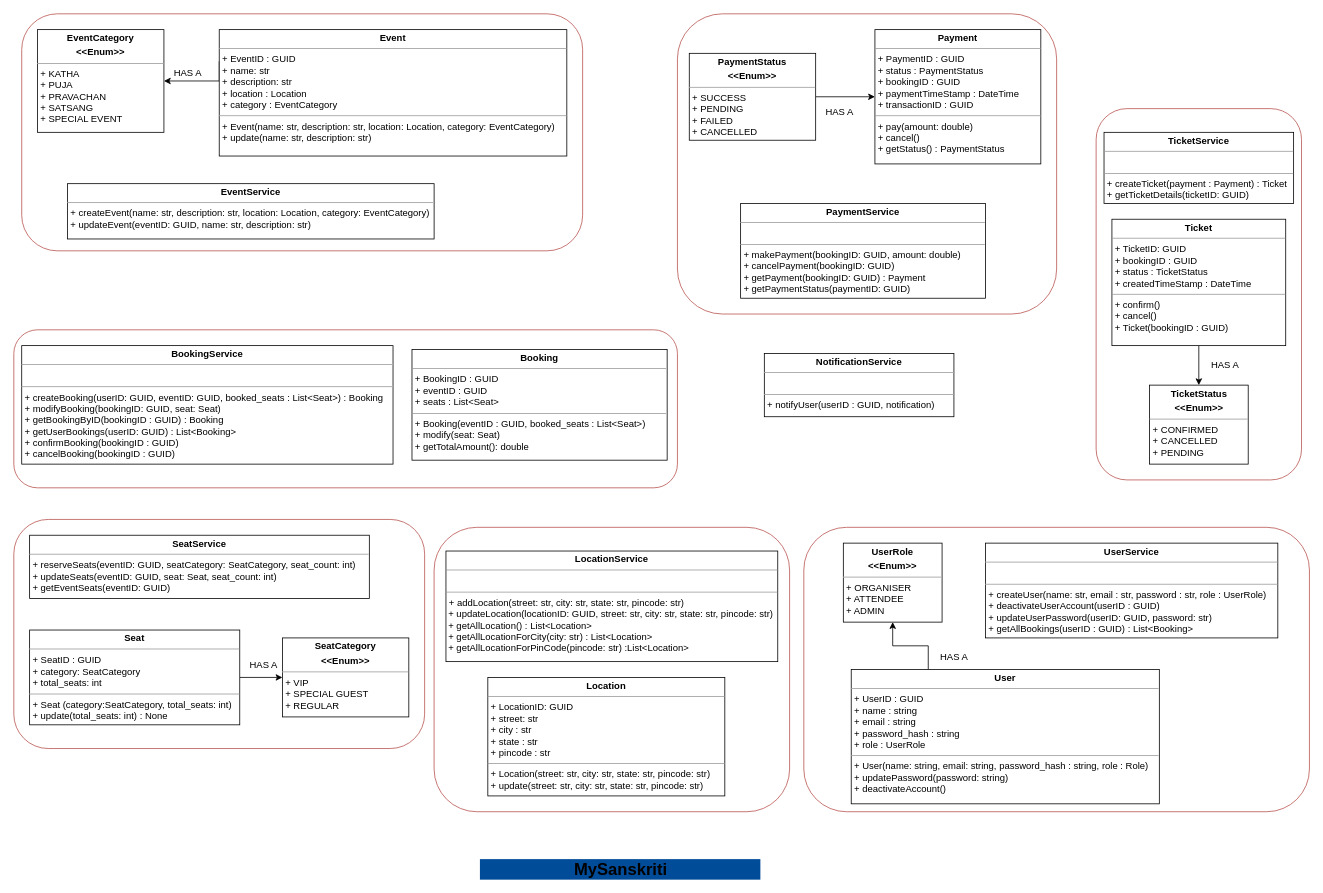
Above: Class_diagram.drawio in Sheersendu/MySanskriti (draw.io), before the change. Source tidied: cells renumbered, new cells numbered last; positions are measured from the earlier drawing's top-left corner, leaving out a move shared by most shapes. Both pictures are drawn from the tidied source at 79%, with x=0, y=0 at pixel (13, 13).
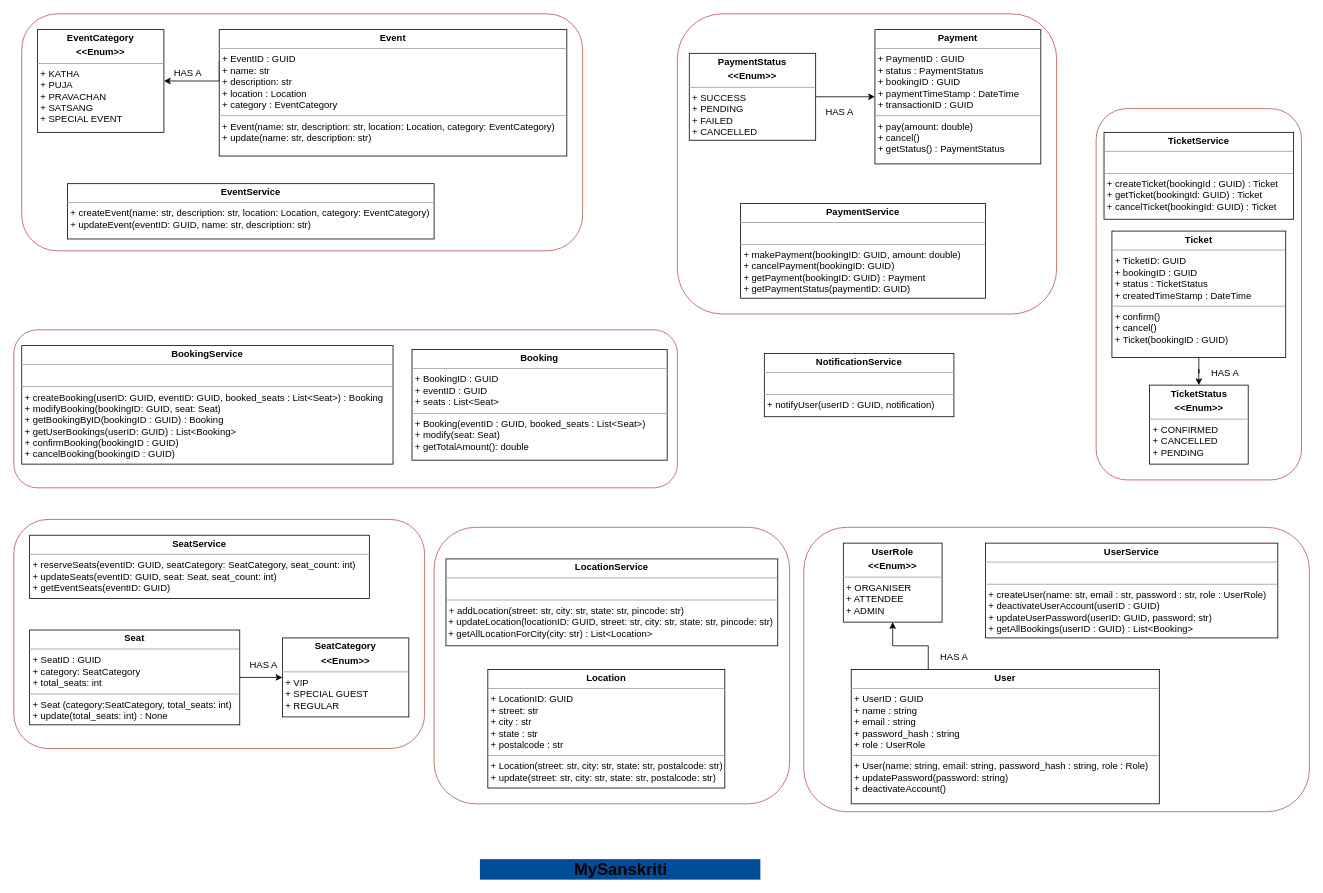
The same diagram, later.

What changed in the source:
```diff
@@
     <mxCell id="5" style="rounded=1;whiteSpace=wrap;html=1;fillColor=none;strokeColor=#b85450;" parent="1" vertex="1">
-      <mxGeometry x="532" y="650" width="450" height="360" as="geometry" />
+      <mxGeometry x="532" y="650" width="450" height="350" as="geometry" />
     </mxCell>
@@
-    <mxCell id="14" value="&lt;p style=&quot;margin:0px;margin-top:4px;text-align:center;&quot;&gt;&lt;b&gt;Location&lt;/b&gt;&lt;/p&gt;&lt;hr size=&quot;1&quot;&gt;&lt;p style=&quot;margin:0px;margin-left:4px;&quot;&gt;+ LocationID: GUID&lt;/p&gt;&lt;p style=&quot;margin:0px;margin-left:4px;&quot;&gt;+ street: str&lt;/p&gt;&lt;p style=&quot;margin:0px;margin-left:4px;&quot;&gt;+ city : str&lt;/p&gt;&lt;p style=&quot;margin:0px;margin-left:4px;&quot;&gt;+ state : str&lt;/p&gt;&lt;p style=&quot;margin:0px;margin-left:4px;&quot;&gt;+ pincode : str&lt;/p&gt;&lt;hr size=&quot;1&quot;&gt;&lt;p style=&quot;margin:0px;margin-left:4px;&quot;&gt;+ Location(street: str, city: str, state: str, pincode: str)&lt;/p&gt;&lt;p style=&quot;margin:0px;margin-left:4px;&quot;&gt;+ update(street: str, city: str, state: str, pincode: str&lt;span style=&quot;background-color: initial;&quot;&gt;)&lt;/span&gt;&lt;/p&gt;" style="verticalAlign=top;align=left;overflow=fill;fontSize=12;fontFamily=Helvetica;html=1;whiteSpace=wrap;" parent="1" vertex="1">
-      <mxGeometry x="600" y="840" width="300" height="150" as="geometry" />
+    <mxCell id="14" value="&lt;p style=&quot;margin:0px;margin-top:4px;text-align:center;&quot;&gt;&lt;b&gt;Location&lt;/b&gt;&lt;/p&gt;&lt;hr size=&quot;1&quot;&gt;&lt;p style=&quot;margin:0px;margin-left:4px;&quot;&gt;+ LocationID: GUID&lt;/p&gt;&lt;p style=&quot;margin:0px;margin-left:4px;&quot;&gt;+ street: str&lt;/p&gt;&lt;p style=&quot;margin:0px;margin-left:4px;&quot;&gt;+ city : str&lt;/p&gt;&lt;p style=&quot;margin:0px;margin-left:4px;&quot;&gt;+ state : str&lt;/p&gt;&lt;p style=&quot;margin:0px;margin-left:4px;&quot;&gt;+ postalcode : str&lt;/p&gt;&lt;hr size=&quot;1&quot;&gt;&lt;p style=&quot;margin:0px;margin-left:4px;&quot;&gt;+ Location(street: str, city: str, state: str, postalcode: str)&lt;/p&gt;&lt;p style=&quot;margin:0px;margin-left:4px;&quot;&gt;+ update(street: str, city: str, state: str, postalcode: str&lt;span style=&quot;background-color: initial;&quot;&gt;)&lt;/span&gt;&lt;/p&gt;" style="verticalAlign=top;align=left;overflow=fill;fontSize=12;fontFamily=Helvetica;html=1;whiteSpace=wrap;" parent="1" vertex="1">
+      <mxGeometry x="600" y="830" width="300" height="150" as="geometry" />
     </mxCell>
@@
-    <mxCell id="23" value="&lt;p style=&quot;margin:0px;margin-top:4px;text-align:center;&quot;&gt;&lt;b&gt;LocationService&lt;/b&gt;&lt;/p&gt;&lt;hr size=&quot;1&quot;&gt;&lt;p style=&quot;margin:0px;margin-left:4px;&quot;&gt;&lt;br&gt;&lt;/p&gt;&lt;hr size=&quot;1&quot;&gt;&lt;p style=&quot;margin:0px;margin-left:4px;&quot;&gt;+ addLocation(street: str, city: str, state: str, pincode: str)&lt;/p&gt;&amp;nbsp;+ updateLocation(locationID: GUID, street: str, city: str, state: str, pincode: str)&lt;br&gt;&amp;nbsp;+ getAllLocation() : List&amp;lt;Location&amp;gt;&lt;br&gt;&amp;nbsp;+ getAllLocationForCity(city: str) : List&amp;lt;Location&amp;gt;&lt;br&gt;&amp;nbsp;+ getAllLocationForPinCode(pincode: str) :List&amp;lt;Location&amp;gt;" style="verticalAlign=top;align=left;overflow=fill;fontSize=12;fontFamily=Helvetica;html=1;whiteSpace=wrap;" parent="1" vertex="1">
-      <mxGeometry x="547" y="680" width="420" height="140" as="geometry" />
+    <mxCell id="23" value="&lt;p style=&quot;margin:0px;margin-top:4px;text-align:center;&quot;&gt;&lt;b&gt;LocationService&lt;/b&gt;&lt;/p&gt;&lt;hr size=&quot;1&quot;&gt;&lt;p style=&quot;margin:0px;margin-left:4px;&quot;&gt;&lt;br&gt;&lt;/p&gt;&lt;hr size=&quot;1&quot;&gt;&lt;p style=&quot;margin:0px;margin-left:4px;&quot;&gt;+ addLocation(street: str, city: str, state: str, pincode: str)&lt;/p&gt;&amp;nbsp;+ updateLocation(locationID: GUID, street: str, city: str, state: str, pincode: str)&lt;br&gt;&amp;nbsp;+ getAllLocationForCity(city: str) : List&amp;lt;Location&amp;gt;" style="verticalAlign=top;align=left;overflow=fill;fontSize=12;fontFamily=Helvetica;html=1;whiteSpace=wrap;" parent="1" vertex="1">
+      <mxGeometry x="547" y="690" width="420" height="110" as="geometry" />
     </mxCell>
@@
     <mxCell id="29" value="&lt;p style=&quot;margin:0px;margin-top:4px;text-align:center;&quot;&gt;&lt;b&gt;Ticket&lt;/b&gt;&lt;/p&gt;&lt;hr size=&quot;1&quot;&gt;&lt;p style=&quot;margin:0px;margin-left:4px;&quot;&gt;+ TicketID: GUID&lt;/p&gt;&lt;p style=&quot;margin:0px;margin-left:4px;&quot;&gt;+ bookingID : GUID&lt;/p&gt;&lt;p style=&quot;margin:0px;margin-left:4px;&quot;&gt;+ status : TicketStatus&lt;/p&gt;&lt;p style=&quot;margin:0px;margin-left:4px;&quot;&gt;+ createdTimeStamp : DateTime&lt;/p&gt;&lt;hr size=&quot;1&quot;&gt;&lt;p style=&quot;margin:0px;margin-left:4px;&quot;&gt;+ confirm()&lt;/p&gt;&lt;p style=&quot;margin:0px;margin-left:4px;&quot;&gt;+ cancel()&lt;/p&gt;&lt;p style=&quot;margin:0px;margin-left:4px;&quot;&gt;+ Ticket(bookingID : GUID)&lt;/p&gt;" style="verticalAlign=top;align=left;overflow=fill;fontSize=12;fontFamily=Helvetica;html=1;whiteSpace=wrap;" parent="1" vertex="1">
-      <mxGeometry x="1390" y="260" width="220" height="160" as="geometry" />
+      <mxGeometry x="1390" y="275" width="220" height="160" as="geometry" />
     </mxCell>
@@
-    <mxCell id="33" value="&lt;p style=&quot;margin:0px;margin-top:4px;text-align:center;&quot;&gt;&lt;b&gt;TicketService&lt;/b&gt;&lt;/p&gt;&lt;hr size=&quot;1&quot;&gt;&lt;p style=&quot;margin:0px;margin-left:4px;&quot;&gt;&lt;br&gt;&lt;/p&gt;&lt;hr size=&quot;1&quot;&gt;&lt;p style=&quot;margin:0px;margin-left:4px;&quot;&gt;+ createTicket(payment : Payment) : Ticket&lt;/p&gt;&lt;p style=&quot;margin:0px;margin-left:4px;&quot;&gt;+ getTicketDetails(ticketID: GUID)&lt;/p&gt;" style="verticalAlign=top;align=left;overflow=fill;fontSize=12;fontFamily=Helvetica;html=1;whiteSpace=wrap;" parent="1" vertex="1">
-      <mxGeometry x="1380" y="150" width="240" height="90" as="geometry" />
+    <mxCell id="33" value="&lt;p style=&quot;margin:0px;margin-top:4px;text-align:center;&quot;&gt;&lt;b&gt;TicketService&lt;/b&gt;&lt;/p&gt;&lt;hr size=&quot;1&quot;&gt;&lt;p style=&quot;margin:0px;margin-left:4px;&quot;&gt;&lt;br&gt;&lt;/p&gt;&lt;hr size=&quot;1&quot;&gt;&lt;p style=&quot;margin:0px;margin-left:4px;&quot;&gt;+ createTicket(bookingId : GUID) : Ticket&lt;/p&gt;&lt;p style=&quot;margin:0px;margin-left:4px;&quot;&gt;+ getTicket(bookingId: GUID) : Ticket&lt;/p&gt;&lt;p style=&quot;margin:0px;margin-left:4px;&quot;&gt;+ cancelTicket(bookingId: GUID) : Ticket&lt;/p&gt;" style="verticalAlign=top;align=left;overflow=fill;fontSize=12;fontFamily=Helvetica;html=1;whiteSpace=wrap;" parent="1" vertex="1">
+      <mxGeometry x="1380" y="150" width="240" height="110" as="geometry" />
     </mxCell>
@@
     <mxCell id="39" value="HAS A" style="text;html=1;align=center;verticalAlign=middle;strokeColor=none;fillColor=none;" parent="1" vertex="1">
-      <mxGeometry x="1502.5" y="430" width="60" height="30" as="geometry" />
+      <mxGeometry x="1502.5" y="440" width="60" height="30" as="geometry" />
     </mxCell>
```
